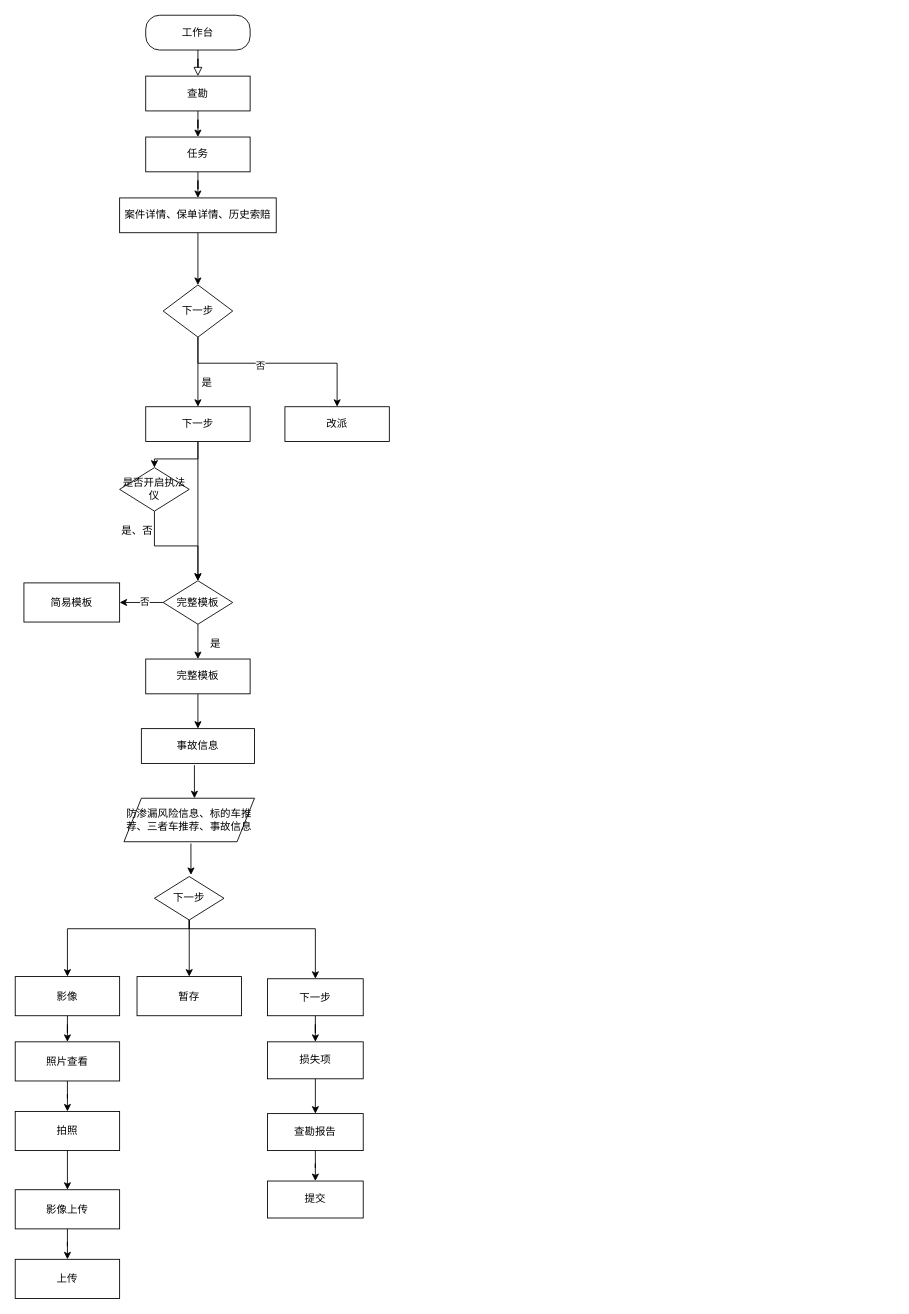
This is 未命名绘图.drawio from zoieshen/success, a draw.io file, before an edit. Source tidied: cells renumbered, new cells numbered last; positions are measured from the earlier drawing's top-left corner, leaving out a move shared by most shapes. Both pictures are drawn from the tidied source at 87%, with x=0, y=0 at pixel (15, 15).
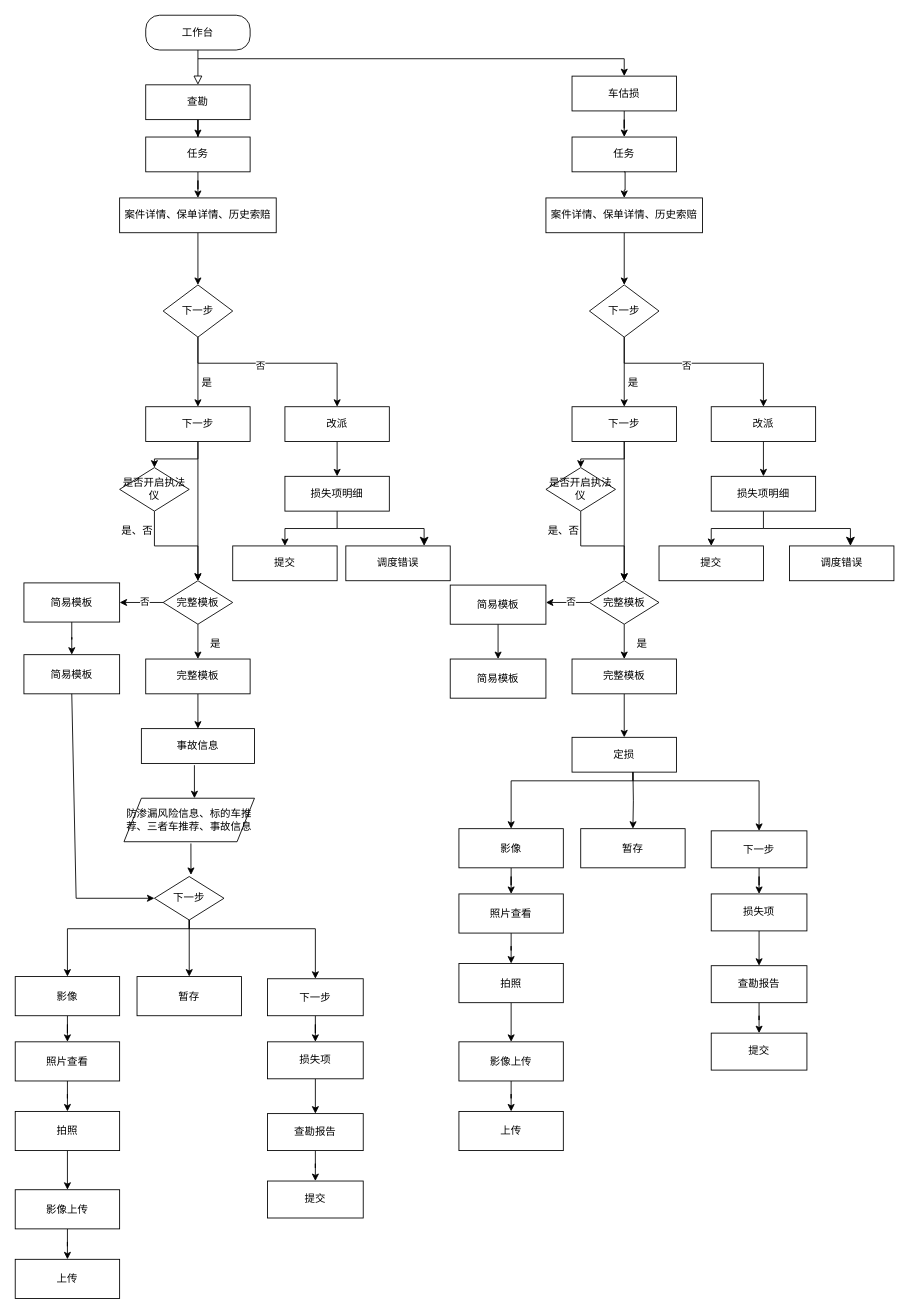
The same diagram, later.

Commit message:
更新未命名绘图.drawio

The change refers to these unchanged cells:
```xml
<mxCell id="17" value="改派" style="whiteSpace=wrap;html=1;" parent="1" vertex="1">
  <mxGeometry x="310" y="450" width="120" height="40" as="geometry" />
</mxCell>
<mxCell id="25" value="简易模板" style="whiteSpace=wrap;html=1;" parent="1" vertex="1">
  <mxGeometry x="10" y="652.5" width="110" height="45" as="geometry" />
</mxCell>
<mxCell id="33" value="下一步" style="rhombus;whiteSpace=wrap;html=1;" parent="1" vertex="1">
  <mxGeometry x="160" y="990" width="80" height="50" as="geometry" />
</mxCell>
```

Diff of the diagram source:
```diff
@@
     <mxCell id="5" value="查勘" style="whiteSpace=wrap;html=1;" parent="1" vertex="1">
-      <mxGeometry x="150" y="70" width="120" height="40" as="geometry" />
+      <mxGeometry x="150" y="80" width="120" height="40" as="geometry" />
     </mxCell>
@@
+    <mxCell id="55" style="edgeStyle=orthogonalEdgeStyle;rounded=0;jettySize=auto;html=1;" parent="1" edge="1" source="17" target="62">
+      <mxGeometry relative="1" as="geometry" />
+    </mxCell>
@@
+    <mxCell id="56" style="edgeStyle=orthogonalEdgeStyle;rounded=0;jettySize=auto;html=1;" parent="1" edge="1" source="25" target="60">
+      <mxGeometry relative="1" as="geometry" />
+    </mxCell>
@@
+    <mxCell id="57" style="edgeStyle=orthogonalEdgeStyle;rounded=0;jettySize=auto;html=1;" parent="1" edge="1" source="58" target="59">
+      <mxGeometry relative="1" as="geometry" />
+    </mxCell>
+    <mxCell id="58" value="车估损" style="whiteSpace=wrap;html=1;" parent="1" vertex="1">
+      <mxGeometry x="640" y="70" width="120" height="40" as="geometry" />
+    </mxCell>
+    <mxCell id="59" value="任务" style="whiteSpace=wrap;html=1;" parent="1" vertex="1">
+      <mxGeometry x="640" y="140" width="120" height="40" as="geometry" />
+    </mxCell>
+    <mxCell id="60" value="简易模板" style="whiteSpace=wrap;html=1;" parent="1" vertex="1">
+      <mxGeometry x="10" y="735" width="110" height="45" as="geometry" />
+    </mxCell>
+    <mxCell id="61" style="edgeStyle=orthogonalEdgeStyle;rounded=0;jettySize=auto;html=1;" parent="1" edge="1" source="62" target="63">
+      <mxGeometry relative="1" as="geometry" />
+    </mxCell>
+    <mxCell id="62" value="损失项明细" style="whiteSpace=wrap;html=1;" parent="1" vertex="1">
+      <mxGeometry x="310" y="530" width="120" height="40" as="geometry" />
+    </mxCell>
+    <mxCell id="63" value="提交" style="whiteSpace=wrap;html=1;" parent="1" vertex="1">
+      <mxGeometry x="250" y="610" width="120" height="40" as="geometry" />
+    </mxCell>
+    <mxCell id="64" value="调度错误" style="whiteSpace=wrap;html=1;" parent="1" vertex="1">
+      <mxGeometry x="380" y="610" width="120" height="40" as="geometry" />
+    </mxCell>
+    <mxCell id="65" style="edgeStyle=segmentEdgeStyle;endArrow=classic;html=1;curved=0;rounded=0;endSize=8;startSize=8;sourcePerimeterSpacing=0;targetPerimeterSpacing=0;" parent="1" edge="1">
+      <mxGeometry relative="1" as="geometry">
+        <mxPoint x="370" y="590" as="sourcePoint" />
+        <mxPoint x="470" y="610" as="targetPoint" />
+        <Array as="points">
+          <mxPoint x="470" y="590" />
+        </Array>
+      </mxGeometry>
+    </mxCell>
+    <mxCell id="66" style="edgeStyle=none;jettySize=auto;html=1;rounded=0;entryX=0.5;entryY=0;entryDx=0;entryDy=0;" parent="1" edge="1" target="58">
+      <mxGeometry relative="1" as="geometry">
+        <mxPoint x="210" y="50" as="sourcePoint" />
+        <Array as="points">
+          <mxPoint x="700" y="50" />
+        </Array>
+      </mxGeometry>
+    </mxCell>
+    <mxCell id="67" style="edgeStyle=orthogonalEdgeStyle;rounded=0;jettySize=auto;html=1;" parent="1" edge="1" target="69">
+      <mxGeometry relative="1" as="geometry">
+        <mxPoint x="700" y="180" as="sourcePoint" />
+        <Array as="points">
+          <mxPoint x="701" y="180" />
+          <mxPoint x="701" y="201" />
+          <mxPoint x="700" y="201" />
+        </Array>
+      </mxGeometry>
+    </mxCell>
+    <mxCell id="68" style="edgeStyle=orthogonalEdgeStyle;rounded=0;jettySize=auto;html=1;" parent="1" edge="1" source="69" target="73">
+      <mxGeometry relative="1" as="geometry" />
+    </mxCell>
+    <mxCell id="69" value="案件详情、保单详情、历史索赔" style="whiteSpace=wrap;html=1;" parent="1" vertex="1">
+      <mxGeometry x="610" y="210" width="180" height="40" as="geometry" />
+    </mxCell>
+    <mxCell id="70" style="edgeStyle=orthogonalEdgeStyle;rounded=0;jettySize=auto;html=1;" parent="1" edge="1" source="73" target="76">
+      <mxGeometry relative="1" as="geometry" />
+    </mxCell>
+    <mxCell id="71" style="edgeStyle=orthogonalEdgeStyle;rounded=0;jettySize=auto;html=1;" parent="1" edge="1" source="73" target="78">
+      <mxGeometry relative="1" as="geometry">
+        <Array as="points">
+          <mxPoint x="700" y="400" />
+          <mxPoint x="860" y="400" />
+        </Array>
+      </mxGeometry>
+    </mxCell>
+    <mxCell id="72" value="否" style="edgeLabel;html=1;align=center;verticalAlign=middle;" parent="71" vertex="1">
+      <mxGeometry x="-0.16" y="-2" relative="1" as="geometry" />
+    </mxCell>
+    <mxCell id="73" value="下一步" style="rhombus;whiteSpace=wrap;html=1;" parent="1" vertex="1">
+      <mxGeometry x="660" y="310" width="80" height="60" as="geometry" />
+    </mxCell>
+    <mxCell id="74" style="edgeStyle=orthogonalEdgeStyle;rounded=0;jettySize=auto;html=1;" parent="1" edge="1" source="76" target="83">
+      <mxGeometry relative="1" as="geometry" />
+    </mxCell>
+    <mxCell id="75" style="edgeStyle=orthogonalEdgeStyle;rounded=0;jettySize=auto;html=1;" parent="1" edge="1" source="76" target="90">
+      <mxGeometry relative="1" as="geometry" />
+    </mxCell>
+    <mxCell id="76" value="下一步" style="whiteSpace=wrap;html=1;" parent="1" vertex="1">
+      <mxGeometry x="640" y="450" width="120" height="40" as="geometry" />
+    </mxCell>
+    <mxCell id="77" style="edgeStyle=orthogonalEdgeStyle;rounded=0;jettySize=auto;html=1;" parent="1" edge="1" source="78" target="94">
+      <mxGeometry relative="1" as="geometry" />
+    </mxCell>
+    <mxCell id="78" value="改派" style="whiteSpace=wrap;html=1;" parent="1" vertex="1">
+      <mxGeometry x="800" y="450" width="120" height="40" as="geometry" />
+    </mxCell>
+    <mxCell id="79" value="是" style="text;html=1;align=center;verticalAlign=middle;strokeColor=none;fillColor=none;" parent="1" vertex="1">
+      <mxGeometry x="690" y="408" width="40" height="30" as="geometry" />
+    </mxCell>
+    <mxCell id="80" style="edgeStyle=orthogonalEdgeStyle;rounded=0;jettySize=auto;html=1;" parent="1" edge="1" source="83" target="85">
+      <mxGeometry relative="1" as="geometry" />
+    </mxCell>
+    <mxCell id="81" style="edgeStyle=orthogonalEdgeStyle;rounded=0;jettySize=auto;html=1;" parent="1" edge="1" source="83">
+      <mxGeometry relative="1" as="geometry">
+        <mxPoint x="610" y="675" as="targetPoint" />
+      </mxGeometry>
+    </mxCell>
+    <mxCell id="82" value="否" style="edgeLabel;html=1;align=center;verticalAlign=middle;" parent="81" vertex="1">
+      <mxGeometry x="-0.12" y="-2" relative="1" as="geometry" />
+    </mxCell>
+    <mxCell id="83" value="完整模板" style="rhombus;whiteSpace=wrap;html=1;" parent="1" vertex="1">
+      <mxGeometry x="660" y="650" width="80" height="50" as="geometry" />
+    </mxCell>
+    <mxCell id="84" style="edgeStyle=orthogonalEdgeStyle;rounded=0;jettySize=auto;html=1;" parent="1" edge="1" source="85" target="99">
+      <mxGeometry relative="1" as="geometry" />
+    </mxCell>
+    <mxCell id="85" value="完整模板" style="whiteSpace=wrap;html=1;" parent="1" vertex="1">
+      <mxGeometry x="640" y="740" width="120" height="40" as="geometry" />
+    </mxCell>
+    <mxCell id="86" style="edgeStyle=orthogonalEdgeStyle;rounded=0;jettySize=auto;html=1;" parent="1" edge="1" source="87" target="92">
+      <mxGeometry relative="1" as="geometry" />
+    </mxCell>
+    <mxCell id="87" value="简易模板" style="whiteSpace=wrap;html=1;" parent="1" vertex="1">
+      <mxGeometry x="500" y="655" width="110" height="45" as="geometry" />
+    </mxCell>
+    <mxCell id="88" value="是" style="text;html=1;align=center;verticalAlign=middle;strokeColor=none;fillColor=none;" parent="1" vertex="1">
+      <mxGeometry x="700" y="708" width="40" height="30" as="geometry" />
+    </mxCell>
+    <mxCell id="89" style="edgeStyle=orthogonalEdgeStyle;rounded=0;jettySize=auto;html=1;" parent="1" edge="1" source="90" target="83">
+      <mxGeometry relative="1" as="geometry" />
+    </mxCell>
+    <mxCell id="90" value="是否开启执法仪" style="rhombus;whiteSpace=wrap;html=1;" parent="1" vertex="1">
+      <mxGeometry x="610" y="520" width="80" height="50" as="geometry" />
+    </mxCell>
+    <mxCell id="91" value="是、否" style="text;html=1;align=center;verticalAlign=middle;strokeColor=none;fillColor=none;" parent="1" vertex="1">
+      <mxGeometry x="600" y="578" width="60" height="30" as="geometry" />
+    </mxCell>
+    <mxCell id="92" value="简易模板" style="whiteSpace=wrap;html=1;" parent="1" vertex="1">
+      <mxGeometry x="500" y="740" width="110" height="45" as="geometry" />
+    </mxCell>
+    <mxCell id="93" style="edgeStyle=orthogonalEdgeStyle;rounded=0;jettySize=auto;html=1;" parent="1" edge="1" source="94" target="95">
+      <mxGeometry relative="1" as="geometry" />
+    </mxCell>
+    <mxCell id="94" value="损失项明细" style="whiteSpace=wrap;html=1;" parent="1" vertex="1">
+      <mxGeometry x="800" y="530" width="120" height="40" as="geometry" />
+    </mxCell>
+    <mxCell id="95" value="提交" style="whiteSpace=wrap;html=1;" parent="1" vertex="1">
+      <mxGeometry x="740" y="610" width="120" height="40" as="geometry" />
+    </mxCell>
+    <mxCell id="96" value="调度错误" style="whiteSpace=wrap;html=1;" parent="1" vertex="1">
+      <mxGeometry x="890" y="610" width="120" height="40" as="geometry" />
+    </mxCell>
+    <mxCell id="97" style="edgeStyle=segmentEdgeStyle;endArrow=classic;html=1;curved=0;rounded=0;endSize=8;startSize=8;sourcePerimeterSpacing=0;targetPerimeterSpacing=0;" parent="1" edge="1">
+      <mxGeometry relative="1" as="geometry">
+        <mxPoint x="860" y="590" as="sourcePoint" />
+        <mxPoint x="960" y="610" as="targetPoint" />
+        <Array as="points">
+          <mxPoint x="960" y="590" />
+        </Array>
+      </mxGeometry>
+    </mxCell>
+    <mxCell id="98" style="edgeStyle=none;jettySize=auto;html=1;rounded=0;entryX=0;entryY=0.5;entryDx=0;entryDy=0;exitX=0.5;exitY=1;exitDx=0;exitDy=0;" parent="1" edge="1" source="60" target="33">
+      <mxGeometry relative="1" as="geometry">
+        <Array as="points">
+          <mxPoint x="70" y="1015" />
+        </Array>
+      </mxGeometry>
+    </mxCell>
+    <mxCell id="99" value="定损" style="whiteSpace=wrap;html=1;" parent="1" vertex="1">
+      <mxGeometry x="640" y="830" width="120" height="40" as="geometry" />
+    </mxCell>
+    <mxCell id="100" style="edgeStyle=orthogonalEdgeStyle;rounded=0;jettySize=auto;html=1;" parent="1" edge="1" target="105">
+      <mxGeometry relative="1" as="geometry">
+        <mxPoint x="710" y="870" as="sourcePoint" />
+        <Array as="points">
+          <mxPoint x="710" y="880" />
+          <mxPoint x="570" y="880" />
+        </Array>
+      </mxGeometry>
+    </mxCell>
+    <mxCell id="101" style="edgeStyle=orthogonalEdgeStyle;rounded=0;jettySize=auto;html=1;" parent="1" edge="1" target="107">
+      <mxGeometry relative="1" as="geometry">
+        <mxPoint x="710" y="870" as="sourcePoint" />
+        <Array as="points">
+          <mxPoint x="710" y="880" />
+          <mxPoint x="855" y="880" />
+        </Array>
+      </mxGeometry>
+    </mxCell>
+    <mxCell id="102" style="edgeStyle=orthogonalEdgeStyle;rounded=0;jettySize=auto;html=1;" parent="1" edge="1" target="103">
+      <mxGeometry relative="1" as="geometry">
+        <mxPoint x="710" y="870" as="sourcePoint" />
+      </mxGeometry>
+    </mxCell>
+    <mxCell id="103" value="暂存" style="whiteSpace=wrap;html=1;" parent="1" vertex="1">
+      <mxGeometry x="650" y="935" width="120" height="45" as="geometry" />
+    </mxCell>
+    <mxCell id="104" style="edgeStyle=orthogonalEdgeStyle;rounded=0;jettySize=auto;html=1;" parent="1" edge="1" source="105" target="109">
+      <mxGeometry relative="1" as="geometry" />
+    </mxCell>
+    <mxCell id="105" value="影像" style="whiteSpace=wrap;html=1;" parent="1" vertex="1">
+      <mxGeometry x="510" y="935" width="120" height="45" as="geometry" />
+    </mxCell>
+    <mxCell id="106" style="edgeStyle=orthogonalEdgeStyle;rounded=0;jettySize=auto;html=1;" parent="1" edge="1" source="107" target="116">
+      <mxGeometry relative="1" as="geometry" />
+    </mxCell>
+    <mxCell id="107" value="下一步" style="whiteSpace=wrap;html=1;" parent="1" vertex="1">
+      <mxGeometry x="800" y="937.5" width="110" height="42.5" as="geometry" />
+    </mxCell>
+    <mxCell id="108" style="edgeStyle=orthogonalEdgeStyle;rounded=0;jettySize=auto;html=1;" parent="1" edge="1" source="109" target="111">
+      <mxGeometry relative="1" as="geometry" />
+    </mxCell>
+    <mxCell id="109" value="照片查看" style="whiteSpace=wrap;html=1;" parent="1" vertex="1">
+      <mxGeometry x="510" y="1010" width="120" height="45" as="geometry" />
+    </mxCell>
+    <mxCell id="110" style="edgeStyle=orthogonalEdgeStyle;rounded=0;jettySize=auto;html=1;" parent="1" edge="1" source="111" target="113">
+      <mxGeometry relative="1" as="geometry" />
+    </mxCell>
+    <mxCell id="111" value="拍照" style="whiteSpace=wrap;html=1;" parent="1" vertex="1">
+      <mxGeometry x="510" y="1090" width="120" height="45" as="geometry" />
+    </mxCell>
+    <mxCell id="112" style="edgeStyle=orthogonalEdgeStyle;rounded=0;jettySize=auto;html=1;" parent="1" edge="1" source="113" target="114">
+      <mxGeometry relative="1" as="geometry" />
+    </mxCell>
+    <mxCell id="113" value="影像上传" style="whiteSpace=wrap;html=1;" parent="1" vertex="1">
+      <mxGeometry x="510" y="1180" width="120" height="45" as="geometry" />
+    </mxCell>
+    <mxCell id="114" value="上传" style="whiteSpace=wrap;html=1;" parent="1" vertex="1">
+      <mxGeometry x="510" y="1260" width="120" height="45" as="geometry" />
+    </mxCell>
+    <mxCell id="115" style="edgeStyle=orthogonalEdgeStyle;rounded=0;jettySize=auto;html=1;" parent="1" edge="1" source="116" target="118">
+      <mxGeometry relative="1" as="geometry" />
+    </mxCell>
+    <mxCell id="116" value="损失项" style="whiteSpace=wrap;html=1;" parent="1" vertex="1">
+      <mxGeometry x="800" y="1010" width="110" height="42.5" as="geometry" />
+    </mxCell>
+    <mxCell id="117" style="edgeStyle=orthogonalEdgeStyle;rounded=0;jettySize=auto;html=1;" parent="1" edge="1" source="118" target="119">
+      <mxGeometry relative="1" as="geometry" />
+    </mxCell>
+    <mxCell id="118" value="查勘报告" style="whiteSpace=wrap;html=1;" parent="1" vertex="1">
+      <mxGeometry x="800" y="1092.5" width="110" height="42.5" as="geometry" />
+    </mxCell>
+    <mxCell id="119" value="提交" style="whiteSpace=wrap;html=1;" parent="1" vertex="1">
+      <mxGeometry x="800" y="1170" width="110" height="42.5" as="geometry" />
+    </mxCell>
```
